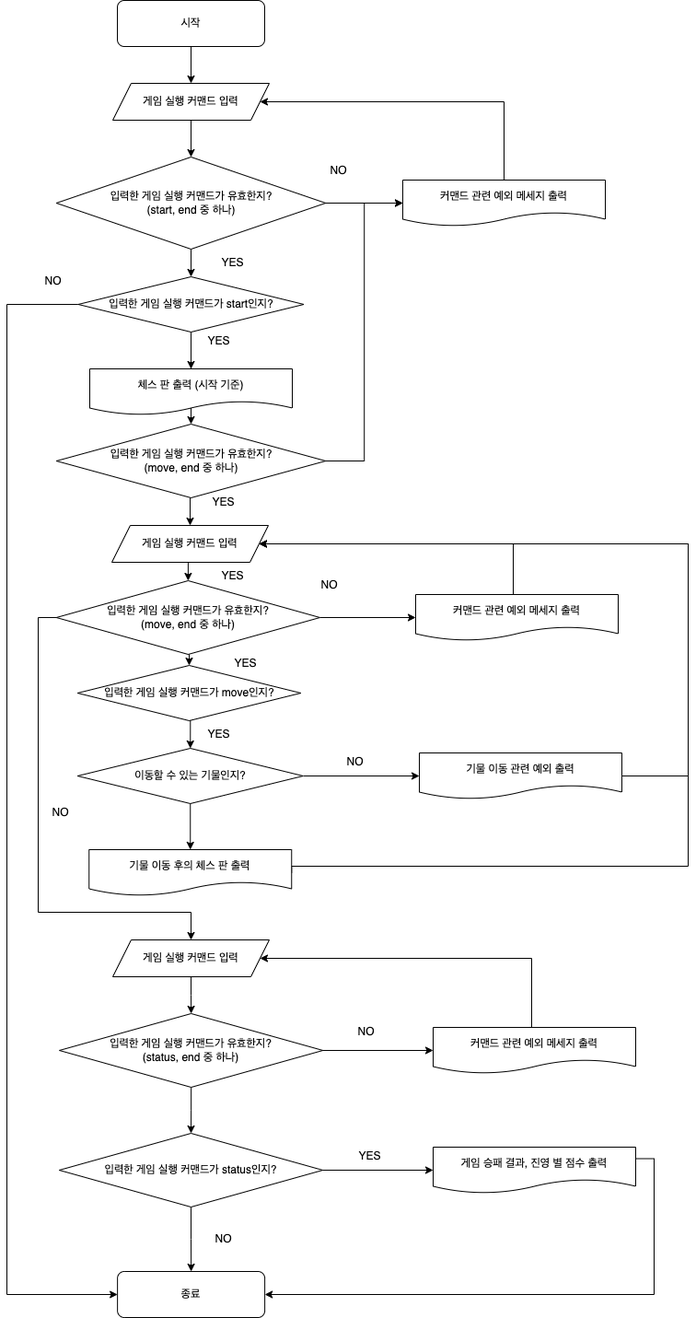
woowacourse/java-chess keeps this draw.io diagram as docs/chess.drawio.png. Above is the earlier version. Source tidied: cells renumbered, new cells last; positions are measured from the earlier drawing's top-left corner, leaving out a move shared by most shapes.
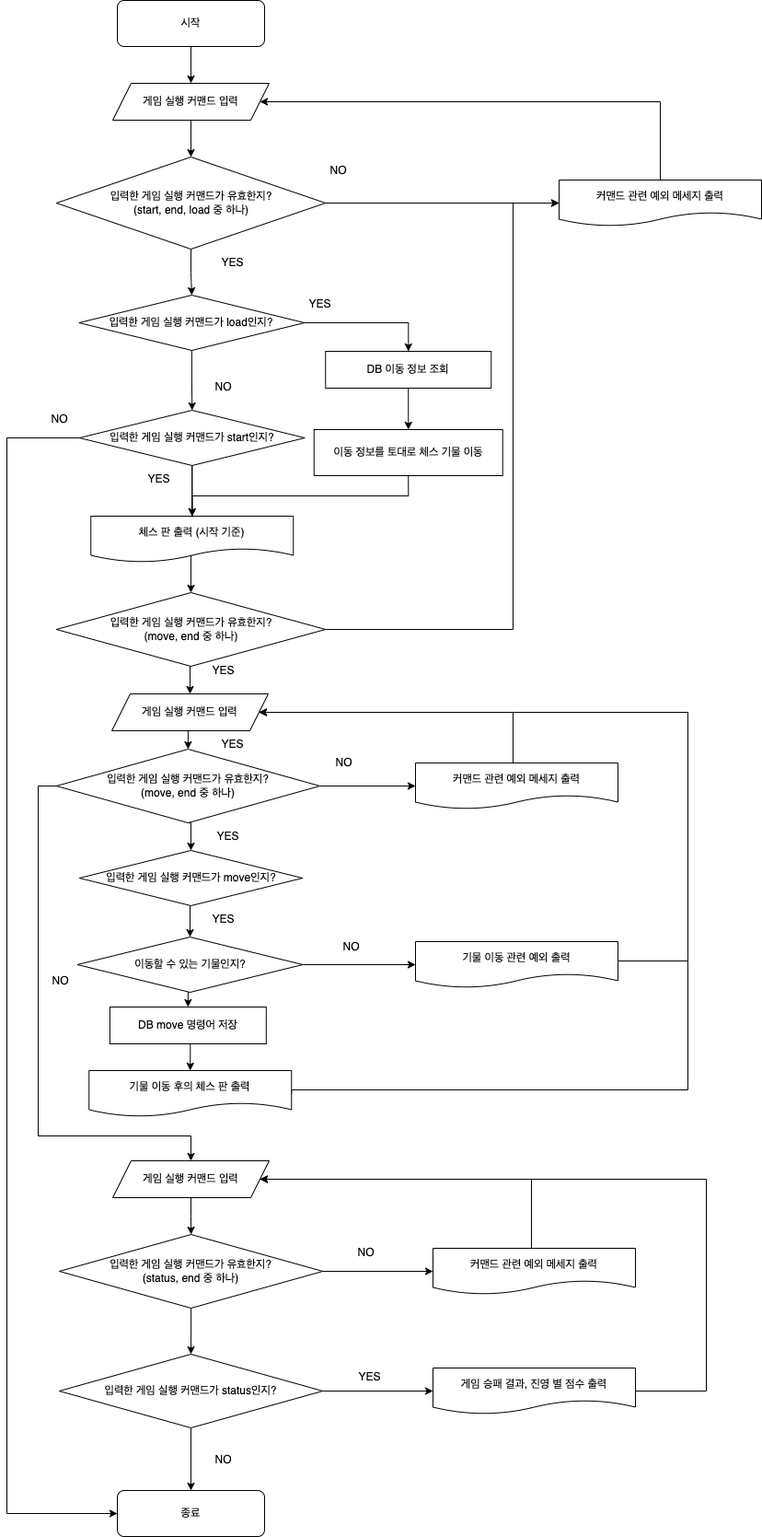
Above is the later version.

Commit message:
docs: step4 기능 요구사항 추가 및 Flow Chart 최신화

Change to the diagram source:
```diff
@@ -17,10 +17,10 @@
     <mxCell id="6" style="edgeStyle=orthogonalEdgeStyle;rounded=0;jettySize=auto;html=1;exitX=1;exitY=0.5;exitDx=0;exitDy=0;entryX=0;entryY=0.5;entryDx=0;entryDy=0;" parent="1" edge="1" source="8" target="25">
       <mxGeometry relative="1" as="geometry" />
     </mxCell>
-    <mxCell id="7" style="edgeStyle=orthogonalEdgeStyle;rounded=0;jettySize=auto;html=1;exitX=0.5;exitY=1;exitDx=0;exitDy=0;entryX=0.5;entryY=0;entryDx=0;entryDy=0;" parent="1" edge="1" source="8" target="12">
-      <mxGeometry relative="1" as="geometry" />
-    </mxCell>
+    <mxCell id="63" style="edgeStyle=orthogonalEdgeStyle;rounded=0;jettySize=auto;html=1;exitX=0.5;exitY=1;exitDx=0;exitDy=0;entryX=0.5;entryY=0;entryDx=0;entryDy=0;" parent="1" edge="1" source="8" target="70">
+      <mxGeometry relative="1" as="geometry" />
+    </mxCell>
-    <mxCell id="8" value="입력한 게임 실행 커맨드가 유효한지?&lt;br&gt;(start, end 중 하나)" style="rhombus;whiteSpace=wrap;html=1;" parent="1" vertex="1">
+    <mxCell id="8" value="입력한 게임 실행 커맨드가 유효한지?&lt;br&gt;(start, end, load 중 하나)" style="rhombus;whiteSpace=wrap;html=1;" parent="1" vertex="1">
       <mxGeometry x="53.8" y="170" width="292.5" height="100" as="geometry" />
     </mxCell>
     <mxCell id="9" style="edgeStyle=orthogonalEdgeStyle;rounded=0;jettySize=auto;html=1;exitX=0.5;exitY=1;exitDx=0;exitDy=0;entryX=0.5;entryY=0;entryDx=0;entryDy=0;" parent="1" edge="1" source="12" target="33">
@@ -32,106 +32,112 @@
     <mxCell id="11" style="edgeStyle=orthogonalEdgeStyle;rounded=0;jettySize=auto;html=1;exitX=0;exitY=0.5;exitDx=0;exitDy=0;entryX=0;entryY=0.5;entryDx=0;entryDy=0;" parent="1" edge="1" source="12" target="13">
       <mxGeometry relative="1" as="geometry">
         <Array as="points">
-          <mxPoint y="330" />
-          <mxPoint y="1405" />
+          <mxPoint y="475" />
+          <mxPoint y="1643" />
         </Array>
       </mxGeometry>
     </mxCell>
     <mxCell id="12" value="입력한 게임 실행 커맨드가 start인지?" style="rhombus;whiteSpace=wrap;html=1;" parent="1" vertex="1">
-      <mxGeometry x="77.5" y="300" width="245" height="60" as="geometry" />
+      <mxGeometry x="78.8" y="445" width="245" height="60" as="geometry" />
     </mxCell>
     <mxCell id="13" value="종료" style="rounded=1;whiteSpace=wrap;html=1;" parent="1" vertex="1">
-      <mxGeometry x="120.1" y="1380" width="160" height="50" as="geometry" />
+      <mxGeometry x="120" y="1618" width="160" height="50" as="geometry" />
     </mxCell>
     <mxCell id="14" style="edgeStyle=orthogonalEdgeStyle;rounded=0;jettySize=auto;html=1;exitX=0.5;exitY=1;exitDx=0;exitDy=0;entryX=0.5;entryY=0;entryDx=0;entryDy=0;" parent="1" edge="1" source="16" target="38">
       <mxGeometry relative="1" as="geometry" />
     </mxCell>
     <mxCell id="15" style="edgeStyle=orthogonalEdgeStyle;rounded=0;jettySize=auto;html=1;exitX=1;exitY=0.5;exitDx=0;exitDy=0;entryX=0;entryY=0.5;entryDx=0;entryDy=0;" parent="1" edge="1" source="16" target="25">
-      <mxGeometry relative="1" as="geometry" />
+      <mxGeometry relative="1" as="geometry">
+        <Array as="points">
+          <mxPoint x="550" y="683" />
+          <mxPoint x="550" y="220" />
+        </Array>
+      </mxGeometry>
     </mxCell>
     <mxCell id="16" value="입력한 게임 실행 커맨드가 유효한지?&lt;br&gt;(move, end 중 하나)" style="rhombus;whiteSpace=wrap;html=1;" parent="1" vertex="1">
-      <mxGeometry x="53.8" y="460" width="292.5" height="80" as="geometry" />
+      <mxGeometry x="53.8" y="643" width="292.5" height="80" as="geometry" />
     </mxCell>
     <mxCell id="17" style="edgeStyle=orthogonalEdgeStyle;rounded=0;jettySize=auto;html=1;exitX=0.5;exitY=1;exitDx=0;exitDy=0;entryX=0.5;entryY=0;entryDx=0;entryDy=0;" parent="1" edge="1" source="18" target="23">
       <mxGeometry relative="1" as="geometry" />
     </mxCell>
     <mxCell id="18" value="입력한 게임 실행 커맨드가 move인지?" style="rhombus;whiteSpace=wrap;html=1;" parent="1" vertex="1">
-      <mxGeometry x="76.8" y="722" width="242.5" height="60" as="geometry" />
+      <mxGeometry x="78.8" y="923" width="242.5" height="60" as="geometry" />
     </mxCell>
     <mxCell id="19" style="edgeStyle=orthogonalEdgeStyle;rounded=0;jettySize=auto;html=1;exitX=1;exitY=0.5;exitDx=0;exitDy=0;entryX=1;entryY=0.5;entryDx=0;entryDy=0;" parent="1" edge="1" source="20" target="38">
       <mxGeometry relative="1" as="geometry">
         <Array as="points">
-          <mxPoint x="309" y="940" />
-          <mxPoint x="740" y="940" />
-          <mxPoint x="740" y="590" />
+          <mxPoint x="309" y="1183" />
+          <mxPoint x="740" y="1183" />
+          <mxPoint x="740" y="773" />
         </Array>
       </mxGeometry>
     </mxCell>
     <mxCell id="20" value="기물 이동 후의 체스 판 출력" style="shape=document;whiteSpace=wrap;html=1;boundedLbl=1;" parent="1" vertex="1">
-      <mxGeometry x="89.2" y="922" width="220" height="50" as="geometry" />
+      <mxGeometry x="89.2" y="1162" width="220" height="50" as="geometry" />
     </mxCell>
     <mxCell id="21" style="edgeStyle=orthogonalEdgeStyle;rounded=0;jettySize=auto;html=1;exitX=1;exitY=0.5;exitDx=0;exitDy=0;entryX=0;entryY=0.5;entryDx=0;entryDy=0;" parent="1" edge="1" source="23" target="28">
       <mxGeometry relative="1" as="geometry" />
     </mxCell>
-    <mxCell id="22" style="edgeStyle=orthogonalEdgeStyle;rounded=0;jettySize=auto;html=1;exitX=0.5;exitY=1;exitDx=0;exitDy=0;entryX=0.5;entryY=0;entryDx=0;entryDy=0;" parent="1" edge="1" source="23" target="20">
-      <mxGeometry relative="1" as="geometry" />
-    </mxCell>
+    <mxCell id="64" style="edgeStyle=orthogonalEdgeStyle;rounded=0;jettySize=auto;html=1;exitX=0.5;exitY=1;exitDx=0;exitDy=0;entryX=0.5;entryY=0;entryDx=0;entryDy=0;" parent="1" edge="1" source="23" target="67">
+      <mxGeometry relative="1" as="geometry" />
+    </mxCell>
     <mxCell id="23" value="이동할 수 있는 기물인지?" style="rhombus;whiteSpace=wrap;html=1;" parent="1" vertex="1">
-      <mxGeometry x="76.8" y="812" width="245" height="60" as="geometry" />
+      <mxGeometry x="76.5" y="1017" width="245" height="60" as="geometry" />
     </mxCell>
     <mxCell id="24" style="edgeStyle=orthogonalEdgeStyle;rounded=0;jettySize=auto;html=1;exitX=0.5;exitY=0;exitDx=0;exitDy=0;entryX=1;entryY=0.5;entryDx=0;entryDy=0;" parent="1" edge="1" source="25" target="5">
       <mxGeometry relative="1" as="geometry">
         <Array as="points">
-          <mxPoint x="540" y="110" />
+          <mxPoint x="710" y="110" />
         </Array>
       </mxGeometry>
     </mxCell>
     <mxCell id="25" value="커맨드 관련 예외 메세지 출력" style="shape=document;whiteSpace=wrap;html=1;boundedLbl=1;" parent="1" vertex="1">
-      <mxGeometry x="430" y="195" width="220" height="50" as="geometry" />
+      <mxGeometry x="600" y="195" width="220" height="50" as="geometry" />
     </mxCell>
     <mxCell id="26" value="YES" style="text;html=1;align=center;verticalAlign=middle;strokeColor=none;fillColor=none;" parent="1" vertex="1">
-      <mxGeometry x="210" y="530" width="50" height="30" as="geometry" />
+      <mxGeometry x="210" y="713" width="50" height="30" as="geometry" />
     </mxCell>
     <mxCell id="27" style="edgeStyle=orthogonalEdgeStyle;rounded=0;jettySize=auto;html=1;exitX=1;exitY=0.5;exitDx=0;exitDy=0;entryX=1;entryY=0.5;entryDx=0;entryDy=0;" parent="1" edge="1" source="28" target="38">
       <mxGeometry relative="1" as="geometry">
         <Array as="points">
-          <mxPoint x="740" y="842" />
-          <mxPoint x="740" y="590" />
+          <mxPoint x="664" y="1043" />
+          <mxPoint x="740" y="1043" />
+          <mxPoint x="740" y="773" />
         </Array>
       </mxGeometry>
     </mxCell>
     <mxCell id="28" value="기물 이동 관련 예외 출력" style="shape=document;whiteSpace=wrap;html=1;boundedLbl=1;" parent="1" vertex="1">
-      <mxGeometry x="448" y="817" width="220" height="50" as="geometry" />
+      <mxGeometry x="444" y="1022" width="220" height="50" as="geometry" />
     </mxCell>
     <mxCell id="29" value="NO" style="text;html=1;align=center;verticalAlign=middle;strokeColor=none;fillColor=none;" parent="1" vertex="1">
       <mxGeometry x="340" y="170" width="40" height="30" as="geometry" />
     </mxCell>
     <mxCell id="30" value="NO" style="text;html=1;align=center;verticalAlign=middle;strokeColor=none;fillColor=none;" parent="1" vertex="1">
-      <mxGeometry x="30" y="290" width="40" height="30" as="geometry" />
+      <mxGeometry x="36.5" y="440" width="40" height="30" as="geometry" />
     </mxCell>
     <mxCell id="31" value="YES" style="text;html=1;align=center;verticalAlign=middle;strokeColor=none;fillColor=none;" parent="1" vertex="1">
       <mxGeometry x="220" y="270" width="50" height="30" as="geometry" />
     </mxCell>
     <mxCell id="32" value="YES" style="text;html=1;align=center;verticalAlign=middle;strokeColor=none;fillColor=none;" parent="1" vertex="1">
-      <mxGeometry x="205" y="355" width="50" height="30" as="geometry" />
+      <mxGeometry x="140" y="505" width="50" height="30" as="geometry" />
     </mxCell>
     <mxCell id="33" value="체스 판 출력 (시작 기준)" style="shape=document;whiteSpace=wrap;html=1;boundedLbl=1;" parent="1" vertex="1">
-      <mxGeometry x="90" y="400" width="220" height="50" as="geometry" />
+      <mxGeometry x="91.2" y="560" width="220" height="50" as="geometry" />
     </mxCell>
     <mxCell id="34" value="YES" style="text;html=1;align=center;verticalAlign=middle;strokeColor=none;fillColor=none;" parent="1" vertex="1">
-      <mxGeometry x="205" y="782" width="50" height="30" as="geometry" />
+      <mxGeometry x="210" y="983" width="50" height="30" as="geometry" />
     </mxCell>
     <mxCell id="35" value="NO" style="text;html=1;align=center;verticalAlign=middle;strokeColor=none;fillColor=none;" parent="1" vertex="1">
-      <mxGeometry x="330" y="620" width="40" height="30" as="geometry" />
+      <mxGeometry x="346.2" y="813" width="40" height="30" as="geometry" />
     </mxCell>
     <mxCell id="36" value="NO" style="text;html=1;align=center;verticalAlign=middle;strokeColor=none;fillColor=none;" parent="1" vertex="1">
-      <mxGeometry x="358" y="812" width="40" height="30" as="geometry" />
+      <mxGeometry x="354" y="1013" width="40" height="30" as="geometry" />
     </mxCell>
     <mxCell id="37" style="edgeStyle=orthogonalEdgeStyle;rounded=0;jettySize=auto;html=1;exitX=0.5;exitY=1;exitDx=0;exitDy=0;entryX=0.5;entryY=0;entryDx=0;entryDy=0;" parent="1" edge="1" source="38" target="42">
       <mxGeometry relative="1" as="geometry" />
     </mxCell>
     <mxCell id="38" value="게임 실행 커맨드 입력" style="shape=parallelogram;perimeter=parallelogramPerimeter;whiteSpace=wrap;html=1;fixedSize=1;" parent="1" vertex="1">
-      <mxGeometry x="114" y="570" width="170" height="40" as="geometry" />
+      <mxGeometry x="114" y="753" width="170" height="40" as="geometry" />
     </mxCell>
     <mxCell id="39" style="edgeStyle=orthogonalEdgeStyle;rounded=0;jettySize=auto;html=1;exitX=0.5;exitY=1;exitDx=0;exitDy=0;entryX=0.5;entryY=0;entryDx=0;entryDy=0;" parent="1" edge="1" source="42" target="18">
       <mxGeometry relative="1" as="geometry" />
@@ -142,34 +148,34 @@
     <mxCell id="41" style="edgeStyle=orthogonalEdgeStyle;rounded=0;jettySize=auto;html=1;exitX=0;exitY=0.5;exitDx=0;exitDy=0;" parent="1" edge="1" source="42" target="55">
       <mxGeometry relative="1" as="geometry">
         <Array as="points">
-          <mxPoint x="34" y="670" />
-          <mxPoint x="34" y="990" />
-          <mxPoint x="200" y="990" />
+          <mxPoint x="34" y="853" />
+          <mxPoint x="34" y="1233" />
+          <mxPoint x="200" y="1233" />
         </Array>
       </mxGeometry>
     </mxCell>
     <mxCell id="42" value="입력한 게임 실행 커맨드가 유효한지?&lt;br&gt;(move, end 중 하나)" style="rhombus;whiteSpace=wrap;html=1;" parent="1" vertex="1">
-      <mxGeometry x="53.8" y="630" width="286.2" height="80" as="geometry" />
+      <mxGeometry x="53.8" y="813" width="286.2" height="80" as="geometry" />
     </mxCell>
     <mxCell id="43" value="YES" style="text;html=1;align=center;verticalAlign=middle;strokeColor=none;fillColor=none;" parent="1" vertex="1">
-      <mxGeometry x="234" y="705" width="50" height="30" as="geometry" />
+      <mxGeometry x="215" y="893" width="50" height="30" as="geometry" />
     </mxCell>
     <mxCell id="44" value="YES" style="text;html=1;align=center;verticalAlign=middle;strokeColor=none;fillColor=none;" parent="1" vertex="1">
-      <mxGeometry x="220" y="610" width="50" height="30" as="geometry" />
+      <mxGeometry x="220" y="793" width="50" height="30" as="geometry" />
     </mxCell>
     <mxCell id="45" style="edgeStyle=orthogonalEdgeStyle;rounded=0;jettySize=auto;html=1;exitX=0.5;exitY=0;exitDx=0;exitDy=0;entryX=1;entryY=0.5;entryDx=0;entryDy=0;" parent="1" edge="1" source="46" target="38">
       <mxGeometry relative="1" as="geometry">
         <Array as="points">
-          <mxPoint x="550" y="645" />
-          <mxPoint x="550" y="590" />
+          <mxPoint x="550" y="828" />
+          <mxPoint x="550" y="773" />
         </Array>
       </mxGeometry>
     </mxCell>
     <mxCell id="46" value="커맨드 관련 예외 메세지 출력" style="shape=document;whiteSpace=wrap;html=1;boundedLbl=1;" parent="1" vertex="1">
-      <mxGeometry x="444" y="645" width="220" height="50" as="geometry" />
+      <mxGeometry x="444" y="828" width="220" height="50" as="geometry" />
     </mxCell>
     <mxCell id="47" value="NO" style="text;html=1;align=center;verticalAlign=middle;strokeColor=none;fillColor=none;" parent="1" vertex="1">
-      <mxGeometry x="37.5" y="867" width="40" height="30" as="geometry" />
+      <mxGeometry x="37.5" y="1050" width="40" height="30" as="geometry" />
     </mxCell>
     <mxCell id="48" style="edgeStyle=orthogonalEdgeStyle;rounded=0;jettySize=auto;html=1;exitX=1;exitY=0.5;exitDx=0;exitDy=0;entryX=0;entryY=0.5;entryDx=0;entryDy=0;" parent="1" edge="1" source="50" target="57">
       <mxGeometry relative="1" as="geometry" />
@@ -178,7 +184,7 @@
       <mxGeometry relative="1" as="geometry" />
     </mxCell>
     <mxCell id="50" value="입력한 게임 실행 커맨드가 유효한지?&lt;br&gt;(status, end 중 하나)" style="rhombus;whiteSpace=wrap;html=1;" parent="1" vertex="1">
-      <mxGeometry x="57" y="1100" width="286.2" height="80" as="geometry" />
+      <mxGeometry x="57" y="1340" width="286.2" height="80" as="geometry" />
     </mxCell>
     <mxCell id="51" style="edgeStyle=orthogonalEdgeStyle;rounded=0;jettySize=auto;html=1;exitX=1;exitY=0.5;exitDx=0;exitDy=0;entryX=0;entryY=0.5;entryDx=0;entryDy=0;" parent="1" edge="1" source="53" target="60">
       <mxGeometry relative="1" as="geometry" />
@@ -187,39 +193,77 @@
       <mxGeometry relative="1" as="geometry" />
     </mxCell>
     <mxCell id="53" value="입력한 게임 실행 커맨드가 status인지?" style="rhombus;whiteSpace=wrap;html=1;" parent="1" vertex="1">
-      <mxGeometry x="56.9" y="1230" width="286.2" height="80" as="geometry" />
+      <mxGeometry x="56.9" y="1470" width="286.2" height="80" as="geometry" />
     </mxCell>
     <mxCell id="54" style="edgeStyle=orthogonalEdgeStyle;rounded=0;jettySize=auto;html=1;exitX=0.5;exitY=1;exitDx=0;exitDy=0;entryX=0.5;entryY=0;entryDx=0;entryDy=0;" parent="1" edge="1" source="55" target="50">
       <mxGeometry relative="1" as="geometry" />
     </mxCell>
     <mxCell id="55" value="게임 실행 커맨드 입력" style="shape=parallelogram;perimeter=parallelogramPerimeter;whiteSpace=wrap;html=1;fixedSize=1;" parent="1" vertex="1">
-      <mxGeometry x="115" y="1020" width="170" height="40" as="geometry" />
+      <mxGeometry x="115" y="1260" width="170" height="40" as="geometry" />
     </mxCell>
     <mxCell id="56" style="edgeStyle=orthogonalEdgeStyle;rounded=0;jettySize=auto;html=1;exitX=0.5;exitY=0;exitDx=0;exitDy=0;entryX=1;entryY=0.5;entryDx=0;entryDy=0;" parent="1" edge="1" source="57" target="55">
       <mxGeometry relative="1" as="geometry">
         <Array as="points">
-          <mxPoint x="570" y="1115" />
-          <mxPoint x="570" y="1040" />
+          <mxPoint x="570" y="1355" />
+          <mxPoint x="570" y="1280" />
         </Array>
       </mxGeometry>
     </mxCell>
     <mxCell id="57" value="커맨드 관련 예외 메세지 출력" style="shape=document;whiteSpace=wrap;html=1;boundedLbl=1;" parent="1" vertex="1">
-      <mxGeometry x="463" y="1115" width="220" height="50" as="geometry" />
+      <mxGeometry x="463" y="1355" width="220" height="50" as="geometry" />
     </mxCell>
     <mxCell id="58" value="NO" style="text;html=1;align=center;verticalAlign=middle;strokeColor=none;fillColor=none;" parent="1" vertex="1">
-      <mxGeometry x="370" y="1105" width="40" height="30" as="geometry" />
+      <mxGeometry x="370" y="1345" width="40" height="30" as="geometry" />
     </mxCell>
-    <mxCell id="59" style="edgeStyle=orthogonalEdgeStyle;rounded=0;jettySize=auto;html=1;exitX=1;exitY=0.25;exitDx=0;exitDy=0;entryX=1;entryY=0.5;entryDx=0;entryDy=0;" parent="1" edge="1" source="60" target="13">
-      <mxGeometry relative="1" as="geometry" />
-    </mxCell>
+    <mxCell id="65" style="edgeStyle=orthogonalEdgeStyle;rounded=0;jettySize=auto;html=1;exitX=1;exitY=0.5;exitDx=0;exitDy=0;entryX=1;entryY=0.5;entryDx=0;entryDy=0;" parent="1" edge="1" source="60" target="55">
+      <mxGeometry relative="1" as="geometry">
+        <Array as="points">
+          <mxPoint x="760" y="1510" />
+          <mxPoint x="760" y="1280" />
+        </Array>
+      </mxGeometry>
+    </mxCell>
     <mxCell id="60" value="게임 승패 결과, 진영 별 점수 출력" style="shape=document;whiteSpace=wrap;html=1;boundedLbl=1;" parent="1" vertex="1">
-      <mxGeometry x="463" y="1245" width="220" height="50" as="geometry" />
+      <mxGeometry x="463" y="1485" width="220" height="50" as="geometry" />
     </mxCell>
     <mxCell id="61" value="YES" style="text;html=1;align=center;verticalAlign=middle;strokeColor=none;fillColor=none;" parent="1" vertex="1">
-      <mxGeometry x="369" y="1240" width="50" height="30" as="geometry" />
+      <mxGeometry x="369" y="1480" width="50" height="30" as="geometry" />
     </mxCell>
     <mxCell id="62" value="NO" style="text;html=1;align=center;verticalAlign=middle;strokeColor=none;fillColor=none;" parent="1" vertex="1">
-      <mxGeometry x="215" y="1330" width="40" height="30" as="geometry" />
+      <mxGeometry x="215" y="1570" width="40" height="30" as="geometry" />
     </mxCell>
+    <mxCell id="66" style="edgeStyle=orthogonalEdgeStyle;rounded=0;jettySize=auto;html=1;exitX=0.5;exitY=1;exitDx=0;exitDy=0;entryX=0.5;entryY=0;entryDx=0;entryDy=0;" parent="1" edge="1" source="67" target="20">
+      <mxGeometry relative="1" as="geometry" />
+    </mxCell>
+    <mxCell id="67" value="DB move 명령어 저장" style="rounded=0;whiteSpace=wrap;html=1;" parent="1" vertex="1">
+      <mxGeometry x="111.9" y="1093" width="169.9" height="40" as="geometry" />
+    </mxCell>
+    <mxCell id="68" style="edgeStyle=orthogonalEdgeStyle;rounded=0;jettySize=auto;html=1;exitX=0.5;exitY=1;exitDx=0;exitDy=0;entryX=0.5;entryY=0;entryDx=0;entryDy=0;" parent="1" edge="1" source="70" target="12">
+      <mxGeometry relative="1" as="geometry" />
+    </mxCell>
+    <mxCell id="69" style="edgeStyle=orthogonalEdgeStyle;rounded=0;jettySize=auto;html=1;exitX=1;exitY=0.5;exitDx=0;exitDy=0;" parent="1" edge="1" source="70" target="72">
+      <mxGeometry relative="1" as="geometry" />
+    </mxCell>
+    <mxCell id="70" value="입력한 게임 실행 커맨드가 load인지?" style="rhombus;whiteSpace=wrap;html=1;" parent="1" vertex="1">
+      <mxGeometry x="78.4" y="320" width="245" height="60" as="geometry" />
+    </mxCell>
+    <mxCell id="71" style="edgeStyle=orthogonalEdgeStyle;rounded=0;jettySize=auto;html=1;exitX=0.5;exitY=1;exitDx=0;exitDy=0;entryX=0.5;entryY=0;entryDx=0;entryDy=0;" parent="1" edge="1" source="72" target="74">
+      <mxGeometry relative="1" as="geometry" />
+    </mxCell>
+    <mxCell id="72" value="DB 이동 정보 조회" style="rounded=0;whiteSpace=wrap;html=1;" parent="1" vertex="1">
+      <mxGeometry x="346.2" y="381" width="180" height="40" as="geometry" />
+    </mxCell>
+    <mxCell id="73" style="edgeStyle=orthogonalEdgeStyle;rounded=0;jettySize=auto;html=1;exitX=0.5;exitY=1;exitDx=0;exitDy=0;entryX=0.5;entryY=0;entryDx=0;entryDy=0;" parent="1" edge="1" source="74" target="33">
+      <mxGeometry relative="1" as="geometry" />
+    </mxCell>
+    <mxCell id="74" value="이동 정보를 토대로 체스 기물 이동" style="rounded=0;whiteSpace=wrap;html=1;" parent="1" vertex="1">
+      <mxGeometry x="333.8" y="466" width="205" height="50" as="geometry" />
+    </mxCell>
+    <mxCell id="75" value="YES" style="text;html=1;align=center;verticalAlign=middle;strokeColor=none;fillColor=none;" parent="1" vertex="1">
+      <mxGeometry x="315" y="315" width="50" height="30" as="geometry" />
+    </mxCell>
+    <mxCell id="76" value="NO" style="text;html=1;align=center;verticalAlign=middle;strokeColor=none;fillColor=none;" parent="1" vertex="1">
+      <mxGeometry x="215" y="405" width="40" height="30" as="geometry" />
+    </mxCell>
   </root>
 </mxGraphModel>
```
